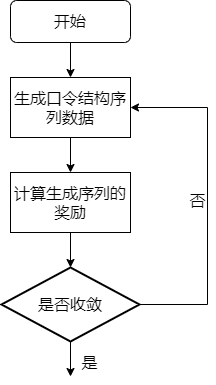
Earlier version of the draw.io export seqgan-dis.drawio.png (lakomi/pictures). Source tidied: cells renumbered, new cells last; positions are measured from the earlier drawing's top-left corner, leaving out a move shared by most shapes. Source of this version:
```xml
<mxGraphModel>
  <root>
    <mxCell id="0" />
    <mxCell id="1" parent="0" />
    <mxCell id="2" style="edgeStyle=orthogonalEdgeStyle;rounded=0;jettySize=auto;html=1;exitX=0.5;exitY=1;exitDx=0;exitDy=0;fontSize=16;" parent="1" edge="1" source="3" target="5">
      <mxGeometry relative="1" as="geometry" />
    </mxCell>
    <mxCell id="3" value="生成口令结构序列数据" style="rounded=0;whiteSpace=wrap;html=1;fontSize=16;" parent="1" vertex="1">
      <mxGeometry x="9" y="77" width="120" height="60" as="geometry" />
    </mxCell>
    <mxCell id="4" style="edgeStyle=orthogonalEdgeStyle;rounded=0;jettySize=auto;html=1;exitX=0.5;exitY=1;exitDx=0;exitDy=0;entryX=0.5;entryY=0;entryDx=0;entryDy=0;entryPerimeter=0;fontSize=16;" parent="1" edge="1" source="5" target="10">
      <mxGeometry relative="1" as="geometry" />
    </mxCell>
    <mxCell id="5" value="计算生成序列的奖励" style="rounded=0;whiteSpace=wrap;html=1;fontSize=16;" parent="1" vertex="1">
      <mxGeometry x="9" y="172" width="120" height="60" as="geometry" />
    </mxCell>
    <mxCell id="6" style="edgeStyle=orthogonalEdgeStyle;rounded=0;jettySize=auto;html=1;exitX=0.5;exitY=1;exitDx=0;exitDy=0;fontSize=16;" parent="1" edge="1" source="7" target="3">
      <mxGeometry relative="1" as="geometry" />
    </mxCell>
    <mxCell id="7" value="开始" style="rounded=1;whiteSpace=wrap;html=1;fontSize=16;" parent="1" vertex="1">
      <mxGeometry x="9" width="120" height="42" as="geometry" />
    </mxCell>
    <mxCell id="8" style="edgeStyle=orthogonalEdgeStyle;rounded=0;jettySize=auto;html=1;exitX=0.5;exitY=1;exitDx=0;exitDy=0;exitPerimeter=0;fontSize=16;" parent="1" edge="1" source="10">
      <mxGeometry relative="1" as="geometry">
        <mxPoint x="69" y="376" as="targetPoint" />
      </mxGeometry>
    </mxCell>
    <mxCell id="9" style="edgeStyle=orthogonalEdgeStyle;rounded=0;jettySize=auto;html=1;exitX=1;exitY=0.5;exitDx=0;exitDy=0;exitPerimeter=0;entryX=1;entryY=0.5;entryDx=0;entryDy=0;fontSize=16;" parent="1" edge="1" source="10" target="3">
      <mxGeometry relative="1" as="geometry">
        <Array as="points">
          <mxPoint x="206" y="304" />
          <mxPoint x="206" y="107" />
        </Array>
      </mxGeometry>
    </mxCell>
    <mxCell id="10" value="是否收敛" style="strokeWidth=2;html=1;shape=mxgraph.flowchart.decision;whiteSpace=wrap;fontSize=16;" parent="1" vertex="1">
      <mxGeometry y="267" width="138" height="74" as="geometry" />
    </mxCell>
    <mxCell id="11" value="是" style="text;html=1;align=center;verticalAlign=middle;strokeColor=none;fillColor=none;fontSize=16;" parent="1" vertex="1">
      <mxGeometry x="75" y="350" width="26" height="23" as="geometry" />
    </mxCell>
    <mxCell id="12" value="否" style="text;html=1;align=center;verticalAlign=middle;strokeColor=none;fillColor=none;fontSize=16;" parent="1" vertex="1">
      <mxGeometry x="183" y="188" width="26" height="23" as="geometry" />
    </mxCell>
  </root>
</mxGraphModel>
```
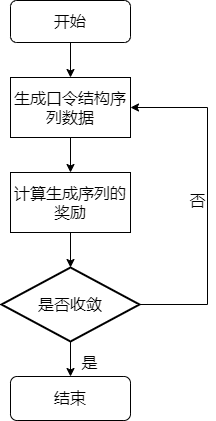
The same file after the commit.

The edit, as a diff of the source:
```diff
@@ -20,11 +20,6 @@
     <mxCell id="7" value="开始" style="rounded=1;whiteSpace=wrap;html=1;fontSize=16;" parent="1" vertex="1">
       <mxGeometry x="9" width="120" height="42" as="geometry" />
     </mxCell>
-    <mxCell id="8" style="edgeStyle=orthogonalEdgeStyle;rounded=0;jettySize=auto;html=1;exitX=0.5;exitY=1;exitDx=0;exitDy=0;exitPerimeter=0;fontSize=16;" parent="1" edge="1" source="10">
-      <mxGeometry relative="1" as="geometry">
-        <mxPoint x="69" y="376" as="targetPoint" />
-      </mxGeometry>
-    </mxCell>
     <mxCell id="9" style="edgeStyle=orthogonalEdgeStyle;rounded=0;jettySize=auto;html=1;exitX=1;exitY=0.5;exitDx=0;exitDy=0;exitPerimeter=0;entryX=1;entryY=0.5;entryDx=0;entryDy=0;fontSize=16;" parent="1" edge="1" source="10" target="3">
       <mxGeometry relative="1" as="geometry">
         <Array as="points">
@@ -33,6 +28,9 @@
         </Array>
       </mxGeometry>
     </mxCell>
+    <mxCell id="13" style="edgeStyle=orthogonalEdgeStyle;rounded=0;jettySize=auto;html=1;exitX=0.5;exitY=1;exitDx=0;exitDy=0;exitPerimeter=0;" parent="1" edge="1" source="10" target="14">
+      <mxGeometry relative="1" as="geometry" />
+    </mxCell>
     <mxCell id="10" value="是否收敛" style="strokeWidth=2;html=1;shape=mxgraph.flowchart.decision;whiteSpace=wrap;fontSize=16;" parent="1" vertex="1">
       <mxGeometry y="267" width="138" height="74" as="geometry" />
     </mxCell>
@@ -42,5 +40,8 @@
     <mxCell id="12" value="否" style="text;html=1;align=center;verticalAlign=middle;strokeColor=none;fillColor=none;fontSize=16;" parent="1" vertex="1">
       <mxGeometry x="183" y="188" width="26" height="23" as="geometry" />
     </mxCell>
+    <mxCell id="14" value="结束" style="rounded=1;whiteSpace=wrap;html=1;fontSize=16;" parent="1" vertex="1">
+      <mxGeometry x="9" y="376" width="120" height="44" as="geometry" />
+    </mxCell>
   </root>
 </mxGraphModel>
```
